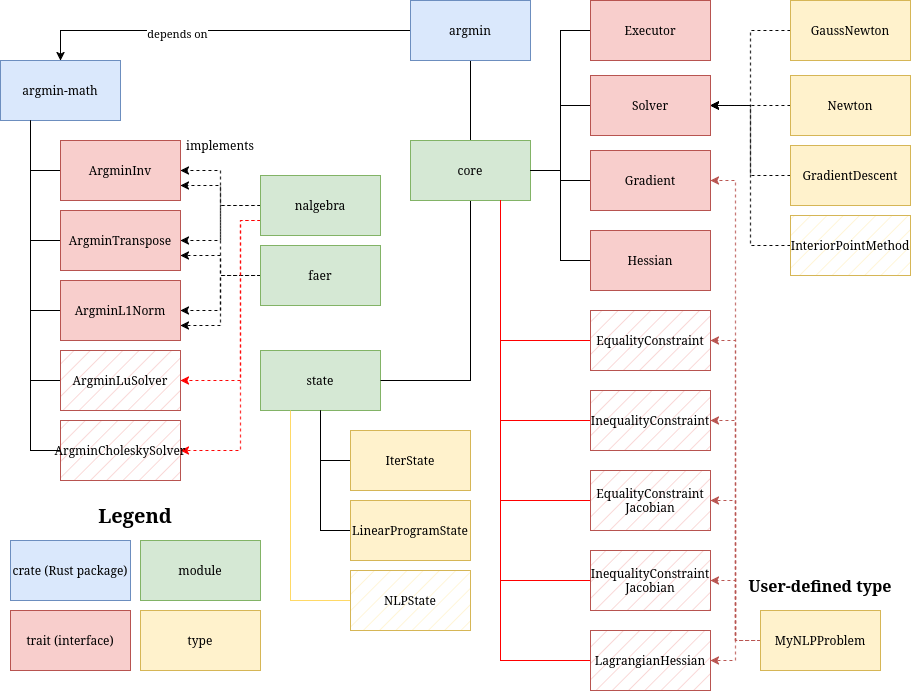
hlisdero/JMCS_Seminar_Applied_Optimization keeps this draw.io diagram as Presentation/images/argmin-architecture.drawio.png. Above is the earlier version. Source tidied: cells renumbered, new cells last; positions are measured from the earlier drawing's top-left corner, leaving out a move shared by most shapes.
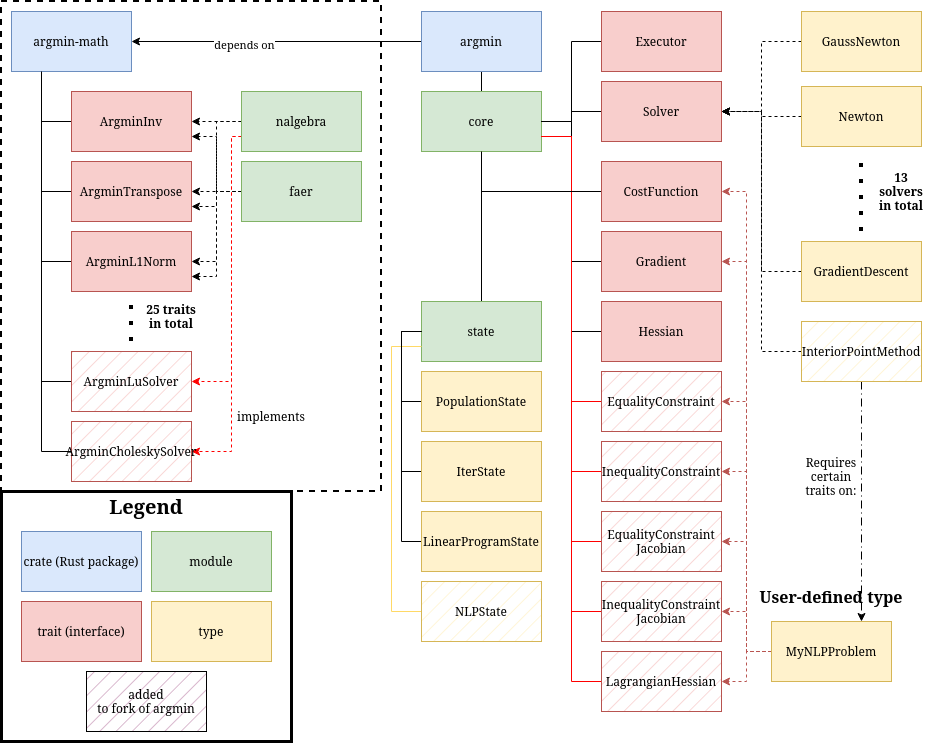
After the commit.

Commit message:
feat: update diagram on argmin architecture

Diff of the diagram source:
```diff
@@ -4,2 +4,5 @@
     <mxCell id="1" parent="0" />
+    <mxCell id="76" style="rounded=0;whiteSpace=wrap;html=1;fillColor=none;dashed=1;strokeWidth=2;" parent="1" vertex="1">
+      <mxGeometry x="-10" y="-10" width="380" height="490" as="geometry" />
+    </mxCell>
     <mxCell id="2" style="edgeStyle=orthogonalEdgeStyle;rounded=0;jettySize=auto;html=1;exitX=0.25;exitY=1;exitDx=0;exitDy=0;entryX=0;entryY=0.5;entryDx=0;entryDy=0;endArrow=none;endFill=0;" parent="1" edge="1" source="5" target="10">
@@ -14,5 +17,5 @@
     <mxCell id="5" value="argmin-math" style="rounded=0;whiteSpace=wrap;html=1;fillColor=#dae8fc;strokeColor=#6c8ebf;" parent="1" vertex="1">
-      <mxGeometry y="60" width="120" height="60" as="geometry" />
+      <mxGeometry width="120" height="60" as="geometry" />
     </mxCell>
-    <mxCell id="6" style="edgeStyle=orthogonalEdgeStyle;rounded=0;jettySize=auto;html=1;exitX=0;exitY=0.5;exitDx=0;exitDy=0;entryX=0.5;entryY=0;entryDx=0;entryDy=0;" parent="1" edge="1" source="9" target="5">
+    <mxCell id="6" style="edgeStyle=orthogonalEdgeStyle;rounded=0;jettySize=auto;html=1;exitX=0;exitY=0.5;exitDx=0;exitDy=0;entryX=1;entryY=0.5;entryDx=0;entryDy=0;" parent="1" edge="1" source="9" target="5">
       <mxGeometry relative="1" as="geometry" />
@@ -29,12 +32,15 @@
     <mxCell id="10" value="ArgminInv" style="rounded=0;whiteSpace=wrap;html=1;fillColor=#f8cecc;strokeColor=#b85450;" parent="1" vertex="1">
-      <mxGeometry x="60" y="140" width="120" height="60" as="geometry" />
+      <mxGeometry x="60" y="80" width="120" height="60" as="geometry" />
     </mxCell>
+    <mxCell id="77" style="edgeStyle=orthogonalEdgeStyle;rounded=0;jettySize=auto;html=1;exitX=0.5;exitY=0;exitDx=0;exitDy=0;entryX=0.5;entryY=1;entryDx=0;entryDy=0;endArrow=none;endFill=0;" parent="1" edge="1" source="11" target="36">
+      <mxGeometry relative="1" as="geometry" />
+    </mxCell>
     <mxCell id="11" value="state" style="rounded=0;whiteSpace=wrap;html=1;fillColor=#d5e8d4;strokeColor=#82b366;" parent="1" vertex="1">
-      <mxGeometry x="260" y="350" width="120" height="60" as="geometry" />
+      <mxGeometry x="410" y="290" width="120" height="60" as="geometry" />
     </mxCell>
     <mxCell id="12" value="ArgminTranspose" style="rounded=0;whiteSpace=wrap;html=1;fillColor=#f8cecc;strokeColor=#b85450;" parent="1" vertex="1">
-      <mxGeometry x="60" y="210" width="120" height="60" as="geometry" />
+      <mxGeometry x="60" y="150" width="120" height="60" as="geometry" />
     </mxCell>
     <mxCell id="13" value="ArgminL1Norm" style="rounded=0;whiteSpace=wrap;html=1;fillColor=#f8cecc;strokeColor=#b85450;" parent="1" vertex="1">
-      <mxGeometry x="60" y="280" width="120" height="60" as="geometry" />
+      <mxGeometry x="60" y="220" width="120" height="60" as="geometry" />
     </mxCell>
@@ -53,3 +59,3 @@
     <mxCell id="18" value="faer" style="rounded=0;whiteSpace=wrap;html=1;fillColor=#d5e8d4;strokeColor=#82b366;" parent="1" vertex="1">
-      <mxGeometry x="260" y="245" width="120" height="60" as="geometry" />
+      <mxGeometry x="230" y="150" width="120" height="60" as="geometry" />
     </mxCell>
@@ -58,3 +64,11 @@
     </mxCell>
+    <mxCell id="22" style="edgeStyle=orthogonalEdgeStyle;rounded=0;jettySize=auto;html=1;exitX=0;exitY=0.75;exitDx=0;exitDy=0;entryX=1;entryY=0.5;entryDx=0;entryDy=0;dashed=1;strokeColor=#FF0000;" parent="1" edge="1" source="23" target="34">
+      <mxGeometry relative="1" as="geometry">
+        <Array as="points">
+          <mxPoint x="220" y="125" />
+          <mxPoint x="220" y="440" />
+        </Array>
+      </mxGeometry>
+    </mxCell>
-    <mxCell id="20" style="edgeStyle=orthogonalEdgeStyle;rounded=0;jettySize=auto;html=1;exitX=0;exitY=0.5;exitDx=0;exitDy=0;dashed=1;" parent="1" edge="1" source="23" target="12">
+    <mxCell id="20" style="edgeStyle=orthogonalEdgeStyle;rounded=0;jettySize=auto;html=1;exitX=0;exitY=0.5;exitDx=0;exitDy=0;entryX=1;entryY=0.5;entryDx=0;entryDy=0;dashed=1;" parent="1" edge="1" source="23" target="12">
       <mxGeometry relative="1" as="geometry" />
@@ -64,4 +78,4 @@
         <Array as="points">
-          <mxPoint x="240" y="220" />
-          <mxPoint x="240" y="380" />
+          <mxPoint x="220" y="125" />
+          <mxPoint x="220" y="370" />
         </Array>
@@ -69,17 +83,9 @@
     </mxCell>
-    <mxCell id="22" style="edgeStyle=orthogonalEdgeStyle;rounded=0;jettySize=auto;html=1;exitX=0;exitY=0.75;exitDx=0;exitDy=0;entryX=1;entryY=0.5;entryDx=0;entryDy=0;dashed=1;strokeColor=#FF0000;" parent="1" edge="1" source="23" target="34">
-      <mxGeometry relative="1" as="geometry">
-        <Array as="points">
-          <mxPoint x="240" y="220" />
-          <mxPoint x="240" y="450" />
-        </Array>
-      </mxGeometry>
-    </mxCell>
     <mxCell id="23" value="nalgebra" style="rounded=0;whiteSpace=wrap;html=1;fillColor=#d5e8d4;strokeColor=#82b366;" parent="1" vertex="1">
-      <mxGeometry x="260" y="175" width="120" height="60" as="geometry" />
+      <mxGeometry x="230" y="80" width="120" height="60" as="geometry" />
     </mxCell>
     <mxCell id="24" value="implements" style="text;html=1;whiteSpace=wrap;strokeColor=none;fillColor=none;align=center;verticalAlign=middle;rounded=0;" parent="1" vertex="1">
-      <mxGeometry x="190" y="130" width="60" height="30" as="geometry" />
+      <mxGeometry x="230" y="390" width="60" height="30" as="geometry" />
     </mxCell>
-    <mxCell id="25" style="edgeStyle=orthogonalEdgeStyle;rounded=0;jettySize=auto;html=1;exitX=0;exitY=0.5;exitDx=0;exitDy=0;entryX=0.5;entryY=1;entryDx=0;entryDy=0;endArrow=none;endFill=0;" parent="1" edge="1" source="26" target="11">
+    <mxCell id="25" style="edgeStyle=orthogonalEdgeStyle;rounded=0;jettySize=auto;html=1;exitX=0;exitY=0.5;exitDx=0;exitDy=0;entryX=0;entryY=0.5;entryDx=0;entryDy=0;endArrow=none;endFill=0;" parent="1" edge="1" source="26" target="11">
       <mxGeometry relative="1" as="geometry" />
@@ -87,5 +93,5 @@
     <mxCell id="26" value="IterState" style="rounded=0;whiteSpace=wrap;html=1;fillColor=#fff2cc;strokeColor=#d6b656;" parent="1" vertex="1">
-      <mxGeometry x="350" y="430" width="120" height="60" as="geometry" />
+      <mxGeometry x="410" y="430" width="120" height="60" as="geometry" />
     </mxCell>
-    <mxCell id="27" style="edgeStyle=orthogonalEdgeStyle;rounded=0;jettySize=auto;html=1;exitX=0;exitY=0.5;exitDx=0;exitDy=0;entryX=0.5;entryY=1;entryDx=0;entryDy=0;endArrow=none;endFill=0;" parent="1" edge="1" source="28" target="11">
+    <mxCell id="27" style="edgeStyle=orthogonalEdgeStyle;rounded=0;jettySize=auto;html=1;exitX=0;exitY=0.5;exitDx=0;exitDy=0;entryX=0;entryY=0.5;entryDx=0;entryDy=0;endArrow=none;endFill=0;" parent="1" edge="1" source="28" target="11">
       <mxGeometry relative="1" as="geometry" />
@@ -93,3 +99,3 @@
     <mxCell id="28" value="LinearProgramState" style="rounded=0;whiteSpace=wrap;html=1;fillColor=#fff2cc;strokeColor=#d6b656;" parent="1" vertex="1">
-      <mxGeometry x="350" y="500" width="120" height="60" as="geometry" />
+      <mxGeometry x="410" y="500" width="120" height="60" as="geometry" />
     </mxCell>
@@ -101,9 +107,14 @@
     <mxCell id="30" value="ArgminLuSolver" style="rounded=0;whiteSpace=wrap;html=1;fillColor=#f8cecc;strokeColor=#b85450;gradientColor=none;fillStyle=hatch;" parent="1" vertex="1">
-      <mxGeometry x="60" y="350" width="120" height="60" as="geometry" />
+      <mxGeometry x="60" y="340" width="120" height="60" as="geometry" />
     </mxCell>
-    <mxCell id="31" style="edgeStyle=orthogonalEdgeStyle;rounded=0;jettySize=auto;html=1;exitX=0;exitY=0.5;exitDx=0;exitDy=0;entryX=0.25;entryY=1;entryDx=0;entryDy=0;strokeColor=#FFD966;endArrow=none;endFill=0;" parent="1" edge="1" source="32" target="11">
-      <mxGeometry relative="1" as="geometry" />
+    <mxCell id="31" style="edgeStyle=orthogonalEdgeStyle;rounded=0;jettySize=auto;html=1;exitX=0;exitY=0.5;exitDx=0;exitDy=0;entryX=0;entryY=0.75;entryDx=0;entryDy=0;strokeColor=#FFD966;endArrow=none;endFill=0;" parent="1" edge="1" source="32" target="11">
+      <mxGeometry relative="1" as="geometry">
+        <Array as="points">
+          <mxPoint x="380" y="600" />
+          <mxPoint x="380" y="335" />
+        </Array>
+      </mxGeometry>
     </mxCell>
     <mxCell id="32" value="NLPState" style="rounded=0;whiteSpace=wrap;html=1;fillColor=#fff2cc;strokeColor=#d6b656;fillStyle=hatch;" parent="1" vertex="1">
-      <mxGeometry x="350" y="570" width="120" height="60" as="geometry" />
+      <mxGeometry x="410" y="570" width="120" height="60" as="geometry" />
     </mxCell>
@@ -113,9 +124,6 @@
     <mxCell id="34" value="ArgminCholeskySolver" style="rounded=0;whiteSpace=wrap;html=1;fillColor=#f8cecc;strokeColor=#b85450;gradientColor=none;fillStyle=hatch;" parent="1" vertex="1">
-      <mxGeometry x="60" y="420" width="120" height="60" as="geometry" />
+      <mxGeometry x="60" y="410" width="120" height="60" as="geometry" />
     </mxCell>
-    <mxCell id="35" style="edgeStyle=orthogonalEdgeStyle;rounded=0;jettySize=auto;html=1;exitX=0.5;exitY=1;exitDx=0;exitDy=0;entryX=1;entryY=0.5;entryDx=0;entryDy=0;endArrow=none;endFill=0;" parent="1" edge="1" source="36" target="11">
-      <mxGeometry relative="1" as="geometry" />
-    </mxCell>
     <mxCell id="36" value="core" style="rounded=0;whiteSpace=wrap;html=1;fillColor=#d5e8d4;strokeColor=#82b366;" parent="1" vertex="1">
-      <mxGeometry x="410" y="140" width="120" height="60" as="geometry" />
+      <mxGeometry x="410" y="80" width="120" height="60" as="geometry" />
     </mxCell>
@@ -131,3 +139,3 @@
     <mxCell id="40" value="Solver" style="rounded=0;whiteSpace=wrap;html=1;fillColor=#f8cecc;strokeColor=#b85450;" parent="1" vertex="1">
-      <mxGeometry x="590" y="75" width="120" height="60" as="geometry" />
+      <mxGeometry x="590" y="70" width="120" height="60" as="geometry" />
     </mxCell>
@@ -149,3 +157,3 @@
     <mxCell id="46" value="Gradient" style="rounded=0;whiteSpace=wrap;html=1;fillColor=#f8cecc;strokeColor=#b85450;" parent="1" vertex="1">
-      <mxGeometry x="590" y="150" width="120" height="60" as="geometry" />
+      <mxGeometry x="590" y="220" width="120" height="60" as="geometry" />
     </mxCell>
@@ -155,3 +163,3 @@
     <mxCell id="48" value="GradientDescent" style="rounded=0;whiteSpace=wrap;html=1;fillColor=#fff2cc;strokeColor=#d6b656;" parent="1" vertex="1">
-      <mxGeometry x="790" y="145" width="120" height="60" as="geometry" />
+      <mxGeometry x="790" y="230" width="120" height="60" as="geometry" />
     </mxCell>
@@ -160,4 +168,7 @@
     </mxCell>
+    <mxCell id="78" style="edgeStyle=orthogonalEdgeStyle;rounded=0;jettySize=auto;html=1;exitX=0.5;exitY=1;exitDx=0;exitDy=0;entryX=0.75;entryY=0;entryDx=0;entryDy=0;dashed=1;dashPattern=8 4 1 4;" parent="1" edge="1" source="50" target="69">
+      <mxGeometry relative="1" as="geometry" />
+    </mxCell>
     <mxCell id="50" value="InteriorPointMethod" style="rounded=0;whiteSpace=wrap;html=1;fillColor=#fff2cc;strokeColor=#d6b656;fillStyle=hatch;" parent="1" vertex="1">
-      <mxGeometry x="790" y="215" width="120" height="60" as="geometry" />
+      <mxGeometry x="790" y="310" width="120" height="60" as="geometry" />
     </mxCell>
@@ -167,5 +178,5 @@
     <mxCell id="52" value="Hessian" style="rounded=0;whiteSpace=wrap;html=1;fillColor=#f8cecc;strokeColor=#b85450;" parent="1" vertex="1">
-      <mxGeometry x="590" y="230" width="120" height="60" as="geometry" />
+      <mxGeometry x="590" y="290" width="120" height="60" as="geometry" />
     </mxCell>
-    <mxCell id="53" style="edgeStyle=orthogonalEdgeStyle;rounded=0;jettySize=auto;html=1;exitX=0;exitY=0.5;exitDx=0;exitDy=0;entryX=0.75;entryY=1;entryDx=0;entryDy=0;fillColor=#f8cecc;strokeColor=#FF0000;endArrow=none;endFill=0;" parent="1" edge="1" source="54" target="36">
+    <mxCell id="53" style="edgeStyle=orthogonalEdgeStyle;rounded=0;jettySize=auto;html=1;exitX=0;exitY=0.5;exitDx=0;exitDy=0;entryX=1;entryY=0.75;entryDx=0;entryDy=0;fillColor=#f8cecc;strokeColor=#FF0000;endArrow=none;endFill=0;" parent="1" edge="1" source="54" target="36">
       <mxGeometry relative="1" as="geometry" />
@@ -173,5 +184,5 @@
     <mxCell id="54" value="EqualityConstraint" style="rounded=0;whiteSpace=wrap;html=1;fillColor=#f8cecc;strokeColor=#b85450;fillStyle=hatch;" parent="1" vertex="1">
-      <mxGeometry x="590" y="310" width="120" height="60" as="geometry" />
+      <mxGeometry x="590" y="360" width="120" height="60" as="geometry" />
     </mxCell>
-    <mxCell id="55" style="edgeStyle=orthogonalEdgeStyle;rounded=0;jettySize=auto;html=1;exitX=0;exitY=0.5;exitDx=0;exitDy=0;entryX=0.75;entryY=1;entryDx=0;entryDy=0;strokeColor=#FF0000;endArrow=none;endFill=0;" parent="1" edge="1" source="56" target="36">
+    <mxCell id="55" style="edgeStyle=orthogonalEdgeStyle;rounded=0;jettySize=auto;html=1;exitX=0;exitY=0.5;exitDx=0;exitDy=0;entryX=1;entryY=0.75;entryDx=0;entryDy=0;strokeColor=#FF0000;endArrow=none;endFill=0;" parent="1" edge="1" source="56" target="36">
       <mxGeometry relative="1" as="geometry" />
@@ -179,13 +190,11 @@
     <mxCell id="56" value="InequalityConstraint" style="rounded=0;whiteSpace=wrap;html=1;fillColor=#f8cecc;strokeColor=#b85450;fillStyle=hatch;" parent="1" vertex="1">
-      <mxGeometry x="590" y="390" width="120" height="60" as="geometry" />
+      <mxGeometry x="590" y="430" width="120" height="60" as="geometry" />
     </mxCell>
-    <mxCell id="57" style="edgeStyle=orthogonalEdgeStyle;rounded=0;jettySize=auto;html=1;exitX=0;exitY=0.5;exitDx=0;exitDy=0;strokeColor=#FF0000;endArrow=none;endFill=0;" parent="1" edge="1" source="58">
-      <mxGeometry relative="1" as="geometry">
-        <mxPoint x="500" y="200" as="targetPoint" />
-      </mxGeometry>
+    <mxCell id="57" style="edgeStyle=orthogonalEdgeStyle;rounded=0;jettySize=auto;html=1;exitX=0;exitY=0.5;exitDx=0;exitDy=0;strokeColor=#FF0000;endArrow=none;endFill=0;entryX=1;entryY=0.75;entryDx=0;entryDy=0;" parent="1" edge="1" source="58" target="36">
+      <mxGeometry relative="1" as="geometry" />
     </mxCell>
     <mxCell id="58" value="&lt;div&gt;EqualityConstraint&lt;/div&gt;&lt;div&gt;Jacobian&lt;/div&gt;" style="rounded=0;whiteSpace=wrap;html=1;fillColor=#f8cecc;strokeColor=#b85450;fillStyle=hatch;" parent="1" vertex="1">
-      <mxGeometry x="590" y="470" width="120" height="60" as="geometry" />
+      <mxGeometry x="590" y="500" width="120" height="60" as="geometry" />
     </mxCell>
-    <mxCell id="59" style="edgeStyle=orthogonalEdgeStyle;rounded=0;jettySize=auto;html=1;exitX=0;exitY=0.5;exitDx=0;exitDy=0;entryX=0.75;entryY=1;entryDx=0;entryDy=0;strokeColor=#FF0000;endArrow=none;endFill=0;" parent="1" edge="1" source="60" target="36">
+    <mxCell id="59" style="edgeStyle=orthogonalEdgeStyle;rounded=0;jettySize=auto;html=1;exitX=0;exitY=0.5;exitDx=0;exitDy=0;entryX=1;entryY=0.75;entryDx=0;entryDy=0;strokeColor=#FF0000;endArrow=none;endFill=0;" parent="1" edge="1" source="60" target="36">
       <mxGeometry relative="1" as="geometry" />
@@ -193,5 +202,5 @@
     <mxCell id="60" value="&lt;div&gt;InequalityConstraint&lt;/div&gt;&lt;div&gt;Jacobian&lt;/div&gt;" style="rounded=0;whiteSpace=wrap;html=1;fillColor=#f8cecc;strokeColor=#b85450;fillStyle=hatch;" parent="1" vertex="1">
-      <mxGeometry x="590" y="550" width="120" height="60" as="geometry" />
+      <mxGeometry x="590" y="570" width="120" height="60" as="geometry" />
     </mxCell>
-    <mxCell id="61" style="edgeStyle=orthogonalEdgeStyle;rounded=0;jettySize=auto;html=1;exitX=0;exitY=0.5;exitDx=0;exitDy=0;entryX=0.75;entryY=1;entryDx=0;entryDy=0;strokeColor=#FF0000;endArrow=none;endFill=0;" parent="1" edge="1" source="62" target="36">
+    <mxCell id="61" style="edgeStyle=orthogonalEdgeStyle;rounded=0;jettySize=auto;html=1;exitX=0;exitY=0.5;exitDx=0;exitDy=0;entryX=1;entryY=0.75;entryDx=0;entryDy=0;strokeColor=#FF0000;endArrow=none;endFill=0;" parent="1" edge="1" source="62" target="36">
       <mxGeometry relative="1" as="geometry" />
@@ -199,3 +208,3 @@
     <mxCell id="62" value="LagrangianHessian" style="rounded=0;whiteSpace=wrap;html=1;fillColor=#f8cecc;strokeColor=#b85450;fillStyle=hatch;" parent="1" vertex="1">
-      <mxGeometry x="590" y="630" width="120" height="60" as="geometry" />
+      <mxGeometry x="590" y="640" width="120" height="60" as="geometry" />
     </mxCell>
@@ -219,2 +228,5 @@
     </mxCell>
+    <mxCell id="79" style="edgeStyle=orthogonalEdgeStyle;rounded=0;jettySize=auto;html=1;exitX=0;exitY=0.5;exitDx=0;exitDy=0;entryX=1;entryY=0.5;entryDx=0;entryDy=0;dashed=1;strokeColor=#B85450;" parent="1" edge="1" source="69" target="88">
+      <mxGeometry relative="1" as="geometry" />
+    </mxCell>
     <mxCell id="69" value="MyNLPProblem" style="rounded=0;whiteSpace=wrap;html=1;fillColor=#fff2cc;strokeColor=#d6b656;" parent="1" vertex="1">
@@ -226,16 +238,55 @@
     <mxCell id="71" value="crate (Rust package)" style="rounded=0;whiteSpace=wrap;html=1;fillColor=#dae8fc;strokeColor=#6c8ebf;" parent="1" vertex="1">
-      <mxGeometry x="10" y="540" width="120" height="60" as="geometry" />
+      <mxGeometry x="10" y="520" width="120" height="60" as="geometry" />
     </mxCell>
     <mxCell id="72" value="&lt;font style=&quot;font-size: 20px;&quot;&gt;&lt;b&gt;Legend&lt;/b&gt;&lt;/font&gt;" style="text;html=1;whiteSpace=wrap;strokeColor=none;fillColor=none;align=center;verticalAlign=middle;rounded=0;" parent="1" vertex="1">
-      <mxGeometry x="10" y="500" width="250" height="30" as="geometry" />
+      <mxGeometry x="10" y="480" width="250" height="30" as="geometry" />
     </mxCell>
     <mxCell id="73" value="trait (interface)" style="rounded=0;whiteSpace=wrap;html=1;fillColor=#f8cecc;strokeColor=#b85450;" parent="1" vertex="1">
-      <mxGeometry x="10" y="610" width="120" height="60" as="geometry" />
+      <mxGeometry x="10" y="590" width="120" height="60" as="geometry" />
     </mxCell>
     <mxCell id="74" value="type" style="rounded=0;whiteSpace=wrap;html=1;fillColor=#fff2cc;strokeColor=#d6b656;" parent="1" vertex="1">
-      <mxGeometry x="140" y="610" width="120" height="60" as="geometry" />
+      <mxGeometry x="140" y="590" width="120" height="60" as="geometry" />
     </mxCell>
     <mxCell id="75" value="module" style="rounded=0;whiteSpace=wrap;html=1;fillColor=#d5e8d4;strokeColor=#82b366;" parent="1" vertex="1">
-      <mxGeometry x="140" y="540" width="120" height="60" as="geometry" />
+      <mxGeometry x="140" y="520" width="120" height="60" as="geometry" />
     </mxCell>
+    <mxCell id="80" style="endArrow=none;dashed=1;html=1;dashPattern=1 3;strokeWidth=4;rounded=0;" parent="1" edge="1">
+      <mxGeometry relative="1" as="geometry">
+        <mxPoint x="850" y="220" as="sourcePoint" />
+        <mxPoint x="850" y="140" as="targetPoint" />
+      </mxGeometry>
+    </mxCell>
+    <mxCell id="81" value="&lt;b&gt;13 solvers in total&lt;/b&gt;" style="text;html=1;whiteSpace=wrap;strokeColor=none;fillColor=none;align=center;verticalAlign=middle;rounded=0;" parent="1" vertex="1">
+      <mxGeometry x="860" y="165" width="60" height="30" as="geometry" />
+    </mxCell>
+    <mxCell id="82" style="endArrow=none;dashed=1;html=1;dashPattern=1 3;strokeWidth=4;rounded=0;" parent="1" edge="1">
+      <mxGeometry relative="1" as="geometry">
+        <mxPoint x="120" y="330" as="sourcePoint" />
+        <mxPoint x="120" y="290" as="targetPoint" />
+      </mxGeometry>
+    </mxCell>
+    <mxCell id="83" value="&lt;b&gt;25 traits in total&lt;/b&gt;" style="text;html=1;whiteSpace=wrap;strokeColor=none;fillColor=none;align=center;verticalAlign=middle;rounded=0;" parent="1" vertex="1">
+      <mxGeometry x="130" y="290" width="60" height="30" as="geometry" />
+    </mxCell>
+    <mxCell id="84" value="&lt;div&gt;added&lt;/div&gt;&lt;div&gt;to fork of argmin&lt;/div&gt;" style="rounded=0;whiteSpace=wrap;html=1;fillColor=#CDA2BE;fillStyle=hatch;" parent="1" vertex="1">
+      <mxGeometry x="75" y="660" width="120" height="60" as="geometry" />
+    </mxCell>
+    <mxCell id="85" style="edgeStyle=orthogonalEdgeStyle;rounded=0;jettySize=auto;html=1;exitX=0;exitY=0.5;exitDx=0;exitDy=0;entryX=0;entryY=0.5;entryDx=0;entryDy=0;endArrow=none;endFill=0;" parent="1" edge="1" source="86" target="11">
+      <mxGeometry relative="1" as="geometry" />
+    </mxCell>
+    <mxCell id="86" value="PopulationState" style="rounded=0;whiteSpace=wrap;html=1;fillColor=#fff2cc;strokeColor=#d6b656;" parent="1" vertex="1">
+      <mxGeometry x="410" y="360" width="120" height="60" as="geometry" />
+    </mxCell>
+    <mxCell id="87" style="edgeStyle=orthogonalEdgeStyle;rounded=0;jettySize=auto;html=1;exitX=0;exitY=0.5;exitDx=0;exitDy=0;endArrow=none;endFill=0;" parent="1" edge="1" source="88" target="36">
+      <mxGeometry relative="1" as="geometry" />
+    </mxCell>
+    <mxCell id="88" value="CostFunction" style="rounded=0;whiteSpace=wrap;html=1;fillColor=#f8cecc;strokeColor=#b85450;" parent="1" vertex="1">
+      <mxGeometry x="590" y="150" width="120" height="60" as="geometry" />
+    </mxCell>
+    <mxCell id="89" style="rounded=0;whiteSpace=wrap;html=1;fillColor=none;strokeWidth=3;" parent="1" vertex="1">
+      <mxGeometry x="-10" y="480" width="290" height="250" as="geometry" />
+    </mxCell>
+    <mxCell id="90" value="&lt;div&gt;Requires&lt;/div&gt;&lt;div&gt;certain&lt;/div&gt;&lt;div&gt;traits on:&lt;/div&gt;" style="text;html=1;whiteSpace=wrap;strokeColor=none;fillColor=none;align=center;verticalAlign=middle;rounded=0;" parent="1" vertex="1">
+      <mxGeometry x="790" y="450" width="60" height="30" as="geometry" />
+    </mxCell>
   </root>
```
